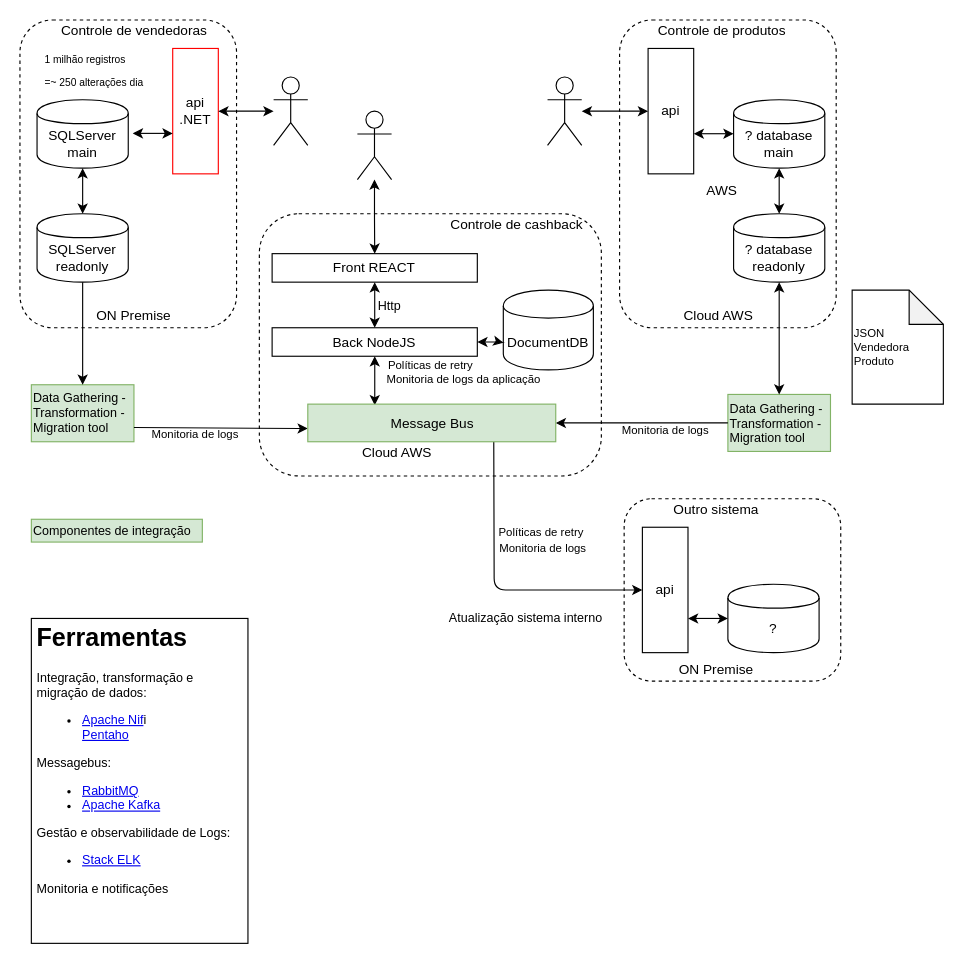
This is page "Solução 1" (2 of 2) of resources/Solução cashback - O Boticario.drawio from marcelocastilho/integracao-cashback, a draw.io file, before an edit. Source tidied: cells renumbered, new cells numbered last; positions are measured from the earlier drawing's top-left corner, leaving out a move shared by most shapes. Both pictures are drawn from the tidied source at 114%, with x=0, y=0 at pixel (19, 19).
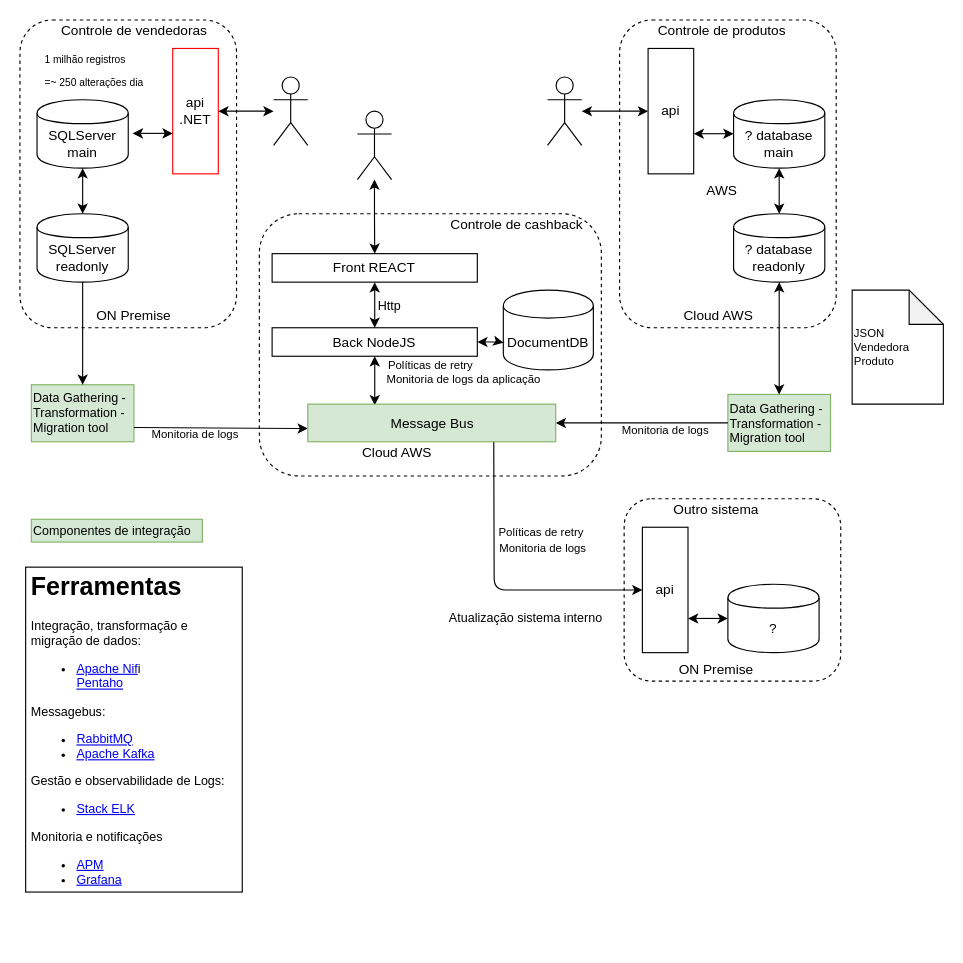
Above is the later version.

What changed in the source:
```diff
@@
-    <mxCell id="33" value="&lt;h1&gt;Ferramentas&lt;/h1&gt;Integração, transformação e migração de dados:&lt;br&gt;&lt;ul&gt;&lt;li&gt;&lt;a href=&quot;https://nifi.apache.org/index.html&quot;&gt;Apache Nif&lt;/a&gt;&lt;span&gt;i&lt;br&gt;&lt;a href=&quot;https://help.pentaho.com/Documentation/8.2&quot;&gt;Pentaho&lt;/a&gt;&lt;/span&gt;&lt;/li&gt;&lt;/ul&gt;&lt;span&gt;Messagebus:&lt;/span&gt;&lt;br&gt;&lt;ul&gt;&lt;li&gt;&lt;span&gt;&lt;a href=&quot;https://www.rabbitmq.com/&quot;&gt;RabbitMQ&lt;/a&gt;&lt;/span&gt;&lt;/li&gt;&lt;li&gt;&lt;span&gt;&lt;a href=&quot;https://kafka.apache.org/&quot;&gt;Apache Kafka&lt;/a&gt;&lt;/span&gt;&lt;/li&gt;&lt;/ul&gt;&lt;span&gt;Gestão e observabilidade de Logs:&lt;br&gt;&lt;ul&gt;&lt;li&gt;&lt;span&gt;&lt;a href=&quot;https://www.elastic.co/pt/what-is/elk-stack&quot;&gt;Stack ELK&lt;/a&gt;&lt;/span&gt;&lt;/li&gt;&lt;/ul&gt;&lt;div&gt;Monitoria e notificações&lt;/div&gt;&lt;div&gt;&lt;br&gt;&lt;/div&gt;&lt;/span&gt;" style="text;html=1;strokeColor=#000000;fillColor=#ffffff;spacing=5;spacingTop=-20;whiteSpace=wrap;overflow=hidden;rounded=0;fontSize=11;align=left;" parent="1" vertex="1">
-      <mxGeometry x="10" y="525" width="190" height="285" as="geometry" />
+    <mxCell id="33" value="&lt;h1&gt;Ferramentas&lt;/h1&gt;Integração, transformação e migração de dados:&lt;br&gt;&lt;ul&gt;&lt;li&gt;&lt;a href=&quot;https://nifi.apache.org/index.html&quot;&gt;Apache Nif&lt;/a&gt;&lt;span&gt;i&lt;br&gt;&lt;a href=&quot;https://help.pentaho.com/Documentation/8.2&quot;&gt;Pentaho&lt;/a&gt;&lt;/span&gt;&lt;/li&gt;&lt;/ul&gt;&lt;span&gt;Messagebus:&lt;/span&gt;&lt;br&gt;&lt;ul&gt;&lt;li&gt;&lt;span&gt;&lt;a href=&quot;https://www.rabbitmq.com/&quot;&gt;RabbitMQ&lt;/a&gt;&lt;/span&gt;&lt;/li&gt;&lt;li&gt;&lt;span&gt;&lt;a href=&quot;https://kafka.apache.org/&quot;&gt;Apache Kafka&lt;/a&gt;&lt;/span&gt;&lt;/li&gt;&lt;/ul&gt;&lt;span&gt;Gestão e observabilidade de Logs:&lt;br&gt;&lt;ul&gt;&lt;li&gt;&lt;span&gt;&lt;a href=&quot;https://www.elastic.co/pt/what-is/elk-stack&quot;&gt;Stack ELK&lt;/a&gt;&lt;/span&gt;&lt;/li&gt;&lt;/ul&gt;&lt;div&gt;Monitoria e notificaçõe&lt;span&gt;s&lt;/span&gt;&lt;/div&gt;&lt;div&gt;&lt;ul&gt;&lt;li&gt;&lt;span&gt;&lt;div&gt;&lt;span&gt;&lt;a href=&quot;https://www.elastic.co/pt/apm&quot;&gt;APM&lt;/a&gt;&lt;/span&gt;&lt;/div&gt;&lt;/span&gt;&lt;/li&gt;&lt;li&gt;&lt;span&gt;&lt;div&gt;&lt;a href=&quot;https://grafana.com/&quot;&gt;Grafana&lt;/a&gt;&lt;/div&gt;&lt;/span&gt;&lt;/li&gt;&lt;/ul&gt;&lt;/div&gt;&lt;div&gt;&lt;br&gt;&lt;/div&gt;&lt;/span&gt;" style="text;html=1;strokeColor=#000000;fillColor=#ffffff;spacing=5;spacingTop=-20;whiteSpace=wrap;overflow=hidden;rounded=0;fontSize=11;align=left;" parent="1" vertex="1">
+      <mxGeometry x="5" y="480" width="190" height="285" as="geometry" />
     </mxCell>
```
